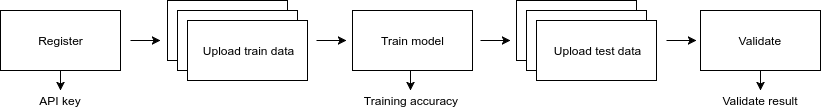
This is IMG/WorkFlow.png from thavryl/BiolockDemo, a draw.io export, as it was before one commit. Source tidied: cells renumbered, new cells last; positions are measured from the earlier drawing's top-left corner, leaving out a move shared by most shapes.
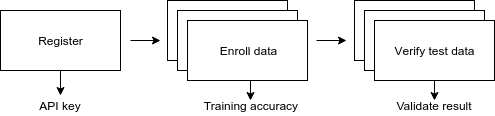
The same diagram one commit later.

The edit, as a diff of the source:
```diff
@@ -8,13 +8,10 @@
     <mxCell id="3" style="whiteSpace=wrap;html=1;" parent="1" vertex="1">
       <mxGeometry x="167" width="120" height="60" as="geometry" />
     </mxCell>
-    <mxCell id="4" value="Train model" style="whiteSpace=wrap;html=1;" parent="1" vertex="1">
-      <mxGeometry x="352" y="10" width="120" height="60" as="geometry" />
-    </mxCell>
     <mxCell id="5" style="whiteSpace=wrap;html=1;" parent="1" vertex="1">
       <mxGeometry x="177" y="10" width="120" height="60" as="geometry" />
     </mxCell>
-    <mxCell id="6" value="Upload train data" style="whiteSpace=wrap;html=1;" parent="1" vertex="1">
+    <mxCell id="6" value="Enroll data" style="whiteSpace=wrap;html=1;" parent="1" vertex="1">
       <mxGeometry x="187" y="20" width="120" height="60" as="geometry" />
     </mxCell>
     <mxCell id="7" style="endArrow=classic;html=1;" parent="1" edge="1">
@@ -24,43 +21,33 @@
       </mxGeometry>
     </mxCell>
     <mxCell id="8" style="whiteSpace=wrap;html=1;" parent="1" vertex="1">
-      <mxGeometry x="516" width="120" height="60" as="geometry" />
+      <mxGeometry x="354" width="120" height="60" as="geometry" />
     </mxCell>
     <mxCell id="9" style="whiteSpace=wrap;html=1;" parent="1" vertex="1">
-      <mxGeometry x="526" y="10" width="120" height="60" as="geometry" />
+      <mxGeometry x="364" y="10" width="120" height="60" as="geometry" />
     </mxCell>
-    <mxCell id="10" value="Upload test data" style="whiteSpace=wrap;html=1;" parent="1" vertex="1">
-      <mxGeometry x="536" y="20" width="120" height="60" as="geometry" />
+    <mxCell id="10" value="V&lt;span&gt;erify&amp;nbsp;test data&lt;/span&gt;" style="whiteSpace=wrap;html=1;" parent="1" vertex="1">
+      <mxGeometry x="374" y="20" width="120" height="60" as="geometry" />
     </mxCell>
-    <mxCell id="11" value="Validate&amp;nbsp;" style="whiteSpace=wrap;html=1;" parent="1" vertex="1">
-      <mxGeometry x="700" y="10" width="120" height="60" as="geometry" />
-    </mxCell>
     <mxCell id="12" style="endArrow=classic;html=1;" parent="1" edge="1">
       <mxGeometry relative="1" as="geometry">
-        <mxPoint x="410" y="70" as="sourcePoint" />
-        <mxPoint x="410" y="90" as="targetPoint" />
+        <mxPoint x="250" y="80" as="sourcePoint" />
+        <mxPoint x="250" y="100" as="targetPoint" />
       </mxGeometry>
     </mxCell>
     <mxCell id="13" value="Training accuracy" style="text;html=1;strokeColor=none;fillColor=none;align=center;verticalAlign=middle;whiteSpace=wrap;" parent="1" vertex="1">
-      <mxGeometry x="360" y="90" width="100" height="20" as="geometry" />
+      <mxGeometry x="200" y="95" width="100" height="20" as="geometry" />
     </mxCell>
-    <mxCell id="14" style="endArrow=classic;html=1;" parent="1" edge="1">
+    <mxCell id="14" style="endArrow=classic;html=1;entryX=0.5;entryY=0;" parent="1" edge="1" target="15">
       <mxGeometry x="100" y="330" as="geometry">
         <mxPoint x="60" y="70" as="sourcePoint" />
-        <mxPoint x="60" y="90" as="targetPoint" />
       </mxGeometry>
     </mxCell>
     <mxCell id="15" value="API key" style="text;html=1;strokeColor=none;fillColor=none;align=center;verticalAlign=middle;whiteSpace=wrap;" parent="1" vertex="1">
-      <mxGeometry x="35" y="90" width="50" height="20" as="geometry" />
+      <mxGeometry x="35" y="95" width="50" height="20" as="geometry" />
     </mxCell>
-    <mxCell id="16" style="endArrow=classic;html=1;" parent="1" edge="1">
-      <mxGeometry x="800" y="330" as="geometry">
-        <mxPoint x="760" y="70" as="sourcePoint" />
-        <mxPoint x="760" y="90" as="targetPoint" />
-      </mxGeometry>
-    </mxCell>
     <mxCell id="17" value="Validate result" style="text;html=1;strokeColor=none;fillColor=none;align=center;verticalAlign=middle;whiteSpace=wrap;" parent="1" vertex="1">
-      <mxGeometry x="710" y="90" width="100" height="20" as="geometry" />
+      <mxGeometry x="384" y="95" width="100" height="20" as="geometry" />
     </mxCell>
     <mxCell id="18" style="endArrow=classic;html=1;" parent="1" edge="1">
       <mxGeometry x="356" y="300" as="geometry">
@@ -68,17 +55,11 @@
         <mxPoint x="346" y="40" as="targetPoint" />
       </mxGeometry>
     </mxCell>
-    <mxCell id="19" style="endArrow=classic;html=1;" parent="1" edge="1">
-      <mxGeometry x="520" y="300" as="geometry">
-        <mxPoint x="480" y="40" as="sourcePoint" />
-        <mxPoint x="510" y="40" as="targetPoint" />
-      </mxGeometry>
-    </mxCell>
-    <mxCell id="20" style="endArrow=classic;html=1;" parent="1" edge="1">
-      <mxGeometry x="706" y="300" as="geometry">
-        <mxPoint x="666" y="40" as="sourcePoint" />
-        <mxPoint x="696" y="40" as="targetPoint" />
-      </mxGeometry>
-    </mxCell>
+    <mxCell id="21" style="endArrow=classic;html=1;" parent="1" edge="1">
+      <mxGeometry x="474" y="340" as="geometry">
+        <mxPoint x="434" y="80" as="sourcePoint" />
+        <mxPoint x="434" y="100" as="targetPoint" />
+      </mxGeometry>
+    </mxCell>
   </root>
 </mxGraphModel>
```
